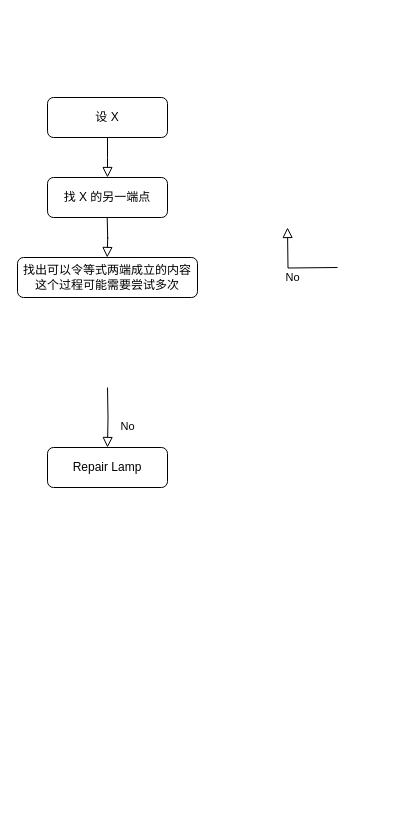
This is 一元一次方程的应用.drawio from sunplanter/Diagram, a draw.io file, before an edit. Source tidied: cells renumbered, new cells numbered last; positions are measured from the earlier drawing's top-left corner, leaving out a move shared by most shapes. Both pictures are drawn from the tidied source at 100%, with x=0, y=0 at pixel (17, 97).
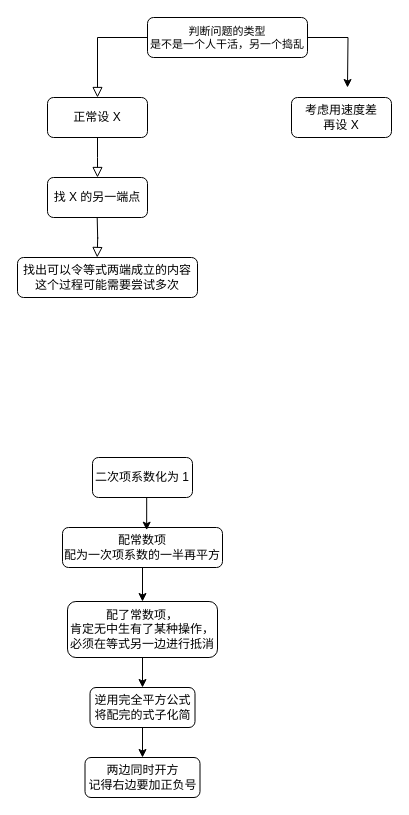
The same diagram, later.

Commit message:
更新一元一次方程的应用.drawio

The edit, as a diff of the source:
```diff
@@
     <mxCell id="2" style="rounded=0;html=1;jettySize=auto;fontSize=11;endArrow=block;endFill=0;endSize=8;strokeWidth=1;shadow=0;labelBackgroundColor=none;edgeStyle=orthogonalEdgeStyle;" parent="1" edge="1" source="3">
       <mxGeometry relative="1" as="geometry">
-        <mxPoint x="90" y="80" as="targetPoint" />
+        <mxPoint x="80" y="80" as="targetPoint" />
       </mxGeometry>
     </mxCell>
-    <mxCell id="3" value="设 X" style="rounded=1;whiteSpace=wrap;html=1;fontSize=12;glass=0;strokeWidth=1;shadow=0;" parent="1" vertex="1">
-      <mxGeometry x="30" width="120" height="40" as="geometry" />
+    <mxCell id="3" value="正常设 X" style="rounded=1;whiteSpace=wrap;html=1;fontSize=12;glass=0;strokeWidth=1;shadow=0;" parent="1" vertex="1">
+      <mxGeometry x="30" width="100" height="40" as="geometry" />
     </mxCell>
-    <mxCell id="4" value="No" style="edgeStyle=orthogonalEdgeStyle;rounded=0;html=1;jettySize=auto;orthogonalLoop=1;fontSize=11;endArrow=block;endFill=0;endSize=8;strokeWidth=1;shadow=0;labelBackgroundColor=none;" parent="1" edge="1">
-      <mxGeometry y="10" relative="1" as="geometry">
-        <mxPoint x="320" y="170" as="sourcePoint" />
-        <mxPoint x="270" y="130" as="targetPoint" />
-      </mxGeometry>
-    </mxCell>
     <mxCell id="5" value="找 X 的另一端点" style="rounded=1;whiteSpace=wrap;html=1;fontSize=12;glass=0;strokeWidth=1;shadow=0;" parent="1" vertex="1">
-      <mxGeometry x="30" y="80" width="120" height="40" as="geometry" />
+      <mxGeometry x="30" y="80" width="100" height="40" as="geometry" />
     </mxCell>
-    <mxCell id="6" value="No" style="rounded=0;html=1;jettySize=auto;fontSize=11;endArrow=block;endFill=0;endSize=8;strokeWidth=1;shadow=0;labelBackgroundColor=none;edgeStyle=orthogonalEdgeStyle;" parent="1" edge="1" target="7">
-      <mxGeometry x="0.33" y="20" relative="1" as="geometry">
-        <mxPoint x="90" y="290" as="sourcePoint" />
-      </mxGeometry>
-    </mxCell>
-    <mxCell id="7" value="Repair Lamp" style="rounded=1;whiteSpace=wrap;html=1;fontSize=12;glass=0;strokeWidth=1;shadow=0;" parent="1" vertex="1">
-      <mxGeometry x="30" y="350" width="120" height="40" as="geometry" />
-    </mxCell>
@@
     <mxCell id="9" style="rounded=0;html=1;jettySize=auto;orthogonalLoop=1;fontSize=11;endArrow=block;endFill=0;endSize=8;strokeWidth=1;shadow=0;labelBackgroundColor=none;edgeStyle=orthogonalEdgeStyle;" parent="1" edge="1">
       <mxGeometry relative="1" as="geometry">
-        <mxPoint x="89.7" y="120" as="sourcePoint" />
-        <mxPoint x="89.7" y="160" as="targetPoint" />
+        <mxPoint x="79.7" y="120" as="sourcePoint" />
+        <mxPoint x="79.7" y="160" as="targetPoint" />
       </mxGeometry>
     </mxCell>
+    <mxCell id="10" style="edgeStyle=orthogonalEdgeStyle;rounded=0;jettySize=auto;html=1;" parent="1" edge="1" source="11">
+      <mxGeometry relative="1" as="geometry">
+        <mxPoint x="330" y="-10" as="targetPoint" />
+      </mxGeometry>
+    </mxCell>
+    <mxCell id="11" value="&lt;font style=&quot;font-size: 11px;&quot;&gt;判断问题的类型&lt;/font&gt;&lt;div style=&quot;font-size: 11px;&quot;&gt;&lt;font style=&quot;font-size: 11px;&quot;&gt;是不是一个人干活，另一个捣乱&lt;/font&gt;&lt;/div&gt;" style="rounded=1;whiteSpace=wrap;html=1;fontSize=12;glass=0;strokeWidth=1;shadow=0;" parent="1" vertex="1">
+      <mxGeometry x="130" y="-80" width="160" height="40" as="geometry" />
+    </mxCell>
+    <mxCell id="12" style="rounded=0;html=1;jettySize=auto;fontSize=11;endArrow=block;endFill=0;endSize=8;strokeWidth=1;shadow=0;labelBackgroundColor=none;edgeStyle=orthogonalEdgeStyle;entryX=0.5;entryY=0;entryDx=0;entryDy=0;exitX=0;exitY=0.5;exitDx=0;exitDy=0;" parent="1" edge="1" source="11" target="3">
+      <mxGeometry relative="1" as="geometry" />
+    </mxCell>
+    <mxCell id="13" value="考虑用速度差&lt;div&gt;再设 X&lt;/div&gt;" style="rounded=1;whiteSpace=wrap;html=1;fontSize=12;glass=0;strokeWidth=1;shadow=0;" parent="1" vertex="1">
+      <mxGeometry x="274" width="100" height="40" as="geometry" />
+    </mxCell>
+    <mxCell id="14" style="edgeStyle=orthogonalEdgeStyle;rounded=0;jettySize=auto;html=1;exitX=0.5;exitY=1;exitDx=0;exitDy=0;entryX=0.5;entryY=0;entryDx=0;entryDy=0;" parent="1" edge="1" source="15" target="17">
+      <mxGeometry relative="1" as="geometry" />
+    </mxCell>
+    <mxCell id="15" value="配常数项&lt;div&gt;配为一次项系数的一半再平方&lt;/div&gt;" style="rounded=1;whiteSpace=wrap;html=1;fontSize=12;glass=0;strokeWidth=1;shadow=0;" parent="1" vertex="1">
+      <mxGeometry x="45" y="430" width="160" height="40" as="geometry" />
+    </mxCell>
+    <mxCell id="16" style="edgeStyle=orthogonalEdgeStyle;rounded=0;jettySize=auto;html=1;entryX=0.5;entryY=0;entryDx=0;entryDy=0;" parent="1" edge="1" source="17" target="19">
+      <mxGeometry relative="1" as="geometry" />
+    </mxCell>
+    <mxCell id="17" value="配了常数项，&lt;div&gt;肯定无中生有了某种操作，必须在等式另一边进行抵消&lt;/div&gt;" style="rounded=1;whiteSpace=wrap;html=1;fontSize=12;glass=0;strokeWidth=1;shadow=0;" parent="1" vertex="1">
+      <mxGeometry x="50" y="504" width="150" height="56" as="geometry" />
+    </mxCell>
+    <mxCell id="18" value="二次项系数化为 1" style="rounded=1;whiteSpace=wrap;html=1;fontSize=12;glass=0;strokeWidth=1;shadow=0;" parent="1" vertex="1">
+      <mxGeometry x="75" y="360" width="100" height="40" as="geometry" />
+    </mxCell>
+    <mxCell id="19" value="逆用完全平方公式将配完的式子化简" style="rounded=1;whiteSpace=wrap;html=1;fontSize=12;glass=0;strokeWidth=1;shadow=0;" parent="1" vertex="1">
+      <mxGeometry x="72.5" y="590" width="105" height="40" as="geometry" />
+    </mxCell>
+    <mxCell id="20" style="edgeStyle=orthogonalEdgeStyle;rounded=0;jettySize=auto;html=1;entryX=0.5;entryY=0;entryDx=0;entryDy=0;" parent="1" edge="1" target="21">
+      <mxGeometry relative="1" as="geometry">
+        <mxPoint x="127.5" y="630" as="sourcePoint" />
+      </mxGeometry>
+    </mxCell>
+    <mxCell id="21" value="两边同时开方&lt;div&gt;记得右边要加正负号&lt;/div&gt;" style="rounded=1;whiteSpace=wrap;html=1;fontSize=12;glass=0;strokeWidth=1;shadow=0;" parent="1" vertex="1">
+      <mxGeometry x="67.5" y="660" width="115" height="40" as="geometry" />
+    </mxCell>
+    <mxCell id="22" style="edgeStyle=orthogonalEdgeStyle;rounded=0;jettySize=auto;html=1;exitX=0.5;exitY=1;exitDx=0;exitDy=0;entryX=0.526;entryY=0.067;entryDx=0;entryDy=0;entryPerimeter=0;" parent="1" edge="1" source="18" target="15">
+      <mxGeometry relative="1" as="geometry" />
+    </mxCell>
```
